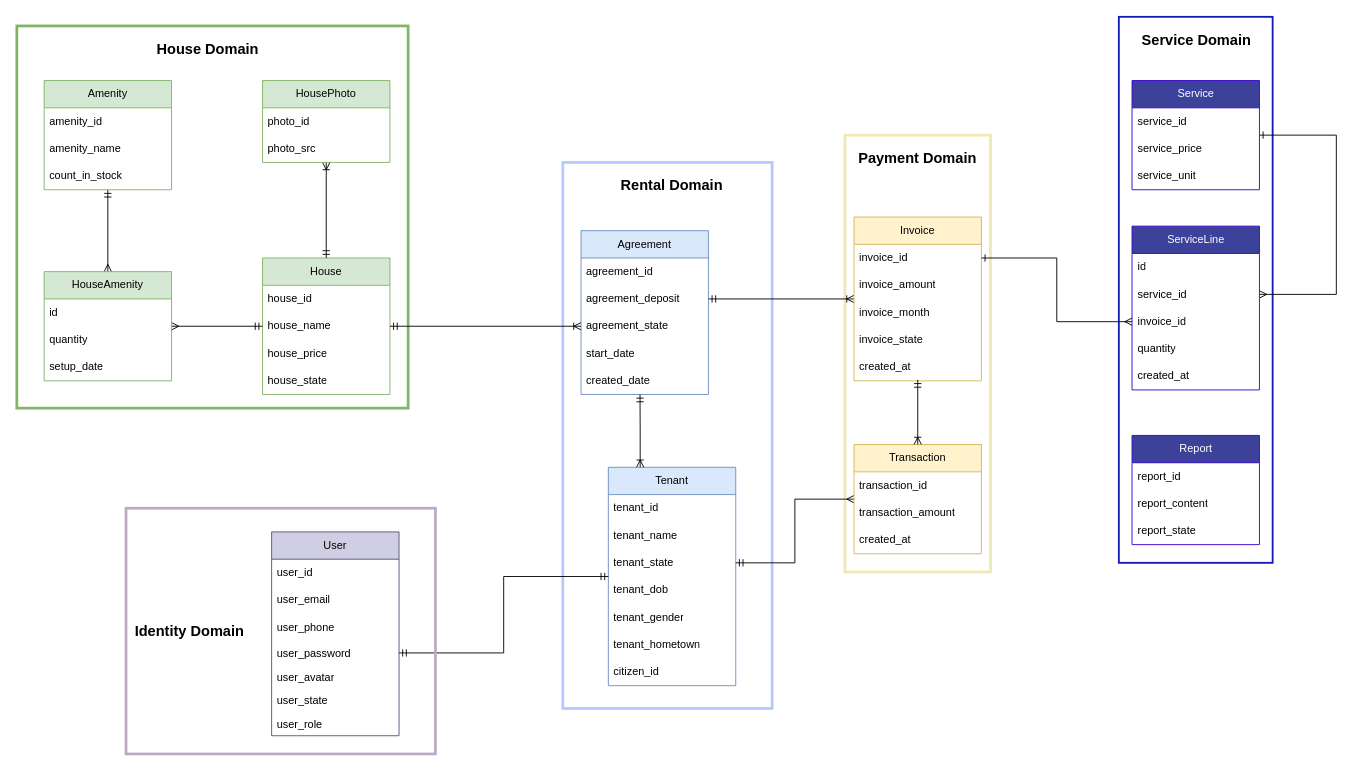
Above: ddd-diagram.drawio in fatthinh/house_rental_management (draw.io), before the change. Source tidied: cells renumbered, new cells numbered last; positions are measured from the earlier drawing's top-left corner, leaving out a move shared by most shapes. Both pictures are drawn from the tidied source at 91%, with x=0, y=0 at pixel (16, 16).
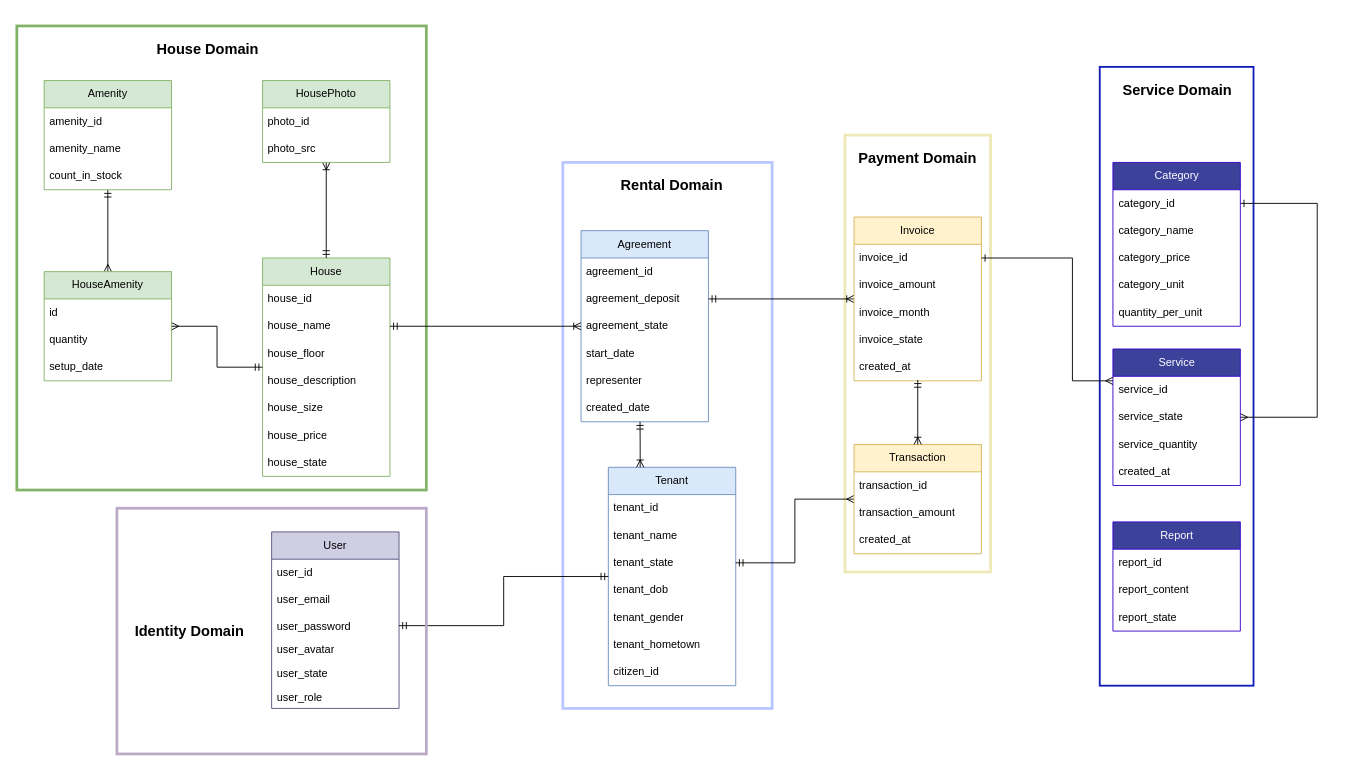
The same page after the edit.

The change refers to these unchanged cells:
```xml
<mxCell id="48" value="invoice_id" style="text;strokeColor=none;fillColor=none;align=left;verticalAlign=middle;spacingLeft=4;spacingRight=4;overflow=hidden;points=[[0,0.5],[1,0.5]];portConstraint=eastwest;whiteSpace=wrap;html=1;" parent="47" vertex="1">
  <mxGeometry y="30" width="140" height="30" as="geometry" />
</mxCell>
```

Change to the diagram source:
```diff
@@
     <mxCell id="3" style="rounded=0;whiteSpace=wrap;html=1;fillColor=none;strokeColor=#82b366;strokeWidth=3;align=center;" parent="1" vertex="1">
-      <mxGeometry y="10" width="430" height="420" as="geometry" />
+      <mxGeometry y="10" width="450" height="510" as="geometry" />
     </mxCell>
@@
     <mxCell id="5" value="User" style="swimlane;fontStyle=0;horizontal=1;startSize=30;whiteSpace=wrap;html=1;fillColor=#d0cee2;strokeColor=#56517e;" parent="1" vertex="1">
-      <mxGeometry x="280" y="566" width="140" height="224" as="geometry" />
+      <mxGeometry x="280" y="566" width="140" height="194" as="geometry" />
     </mxCell>
@@
-    <mxCell id="8" value="user_phone" style="text;strokeColor=none;fillColor=none;align=left;verticalAlign=middle;spacingLeft=4;spacingRight=4;overflow=hidden;whiteSpace=wrap;html=1;" parent="5" vertex="1">
-      <mxGeometry y="90" width="140" height="30" as="geometry" />
-    </mxCell>
     <mxCell id="9" value="user_password" style="text;strokeColor=none;fillColor=none;align=left;verticalAlign=top;spacingLeft=4;spacingRight=4;overflow=hidden;points=[[0,0.5],[1,0.5]];portConstraint=eastwest;whiteSpace=wrap;html=1;" parent="5" vertex="1">
-      <mxGeometry y="120" width="140" height="26" as="geometry" />
+      <mxGeometry y="90" width="140" height="26" as="geometry" />
     </mxCell>
     <mxCell id="10" value="user_avatar" style="text;strokeColor=none;fillColor=none;align=left;verticalAlign=top;spacingLeft=4;spacingRight=4;overflow=hidden;whiteSpace=wrap;html=1;" parent="5" vertex="1">
-      <mxGeometry y="146" width="140" height="26" as="geometry" />
+      <mxGeometry y="116" width="140" height="26" as="geometry" />
     </mxCell>
     <mxCell id="11" value="user_state" style="text;strokeColor=none;fillColor=none;align=left;verticalAlign=top;spacingLeft=4;spacingRight=4;overflow=hidden;whiteSpace=wrap;html=1;" parent="5" vertex="1">
-      <mxGeometry y="172" width="140" height="26" as="geometry" />
+      <mxGeometry y="142" width="140" height="26" as="geometry" />
     </mxCell>
     <mxCell id="12" value="user_role" style="text;strokeColor=none;fillColor=none;align=left;verticalAlign=top;spacingLeft=4;spacingRight=4;overflow=hidden;whiteSpace=wrap;html=1;" parent="5" vertex="1">
-      <mxGeometry y="198" width="140" height="26" as="geometry" />
+      <mxGeometry y="168" width="140" height="26" as="geometry" />
     </mxCell>
@@
     <mxCell id="26" value="House" style="swimlane;fontStyle=0;horizontal=1;startSize=30;whiteSpace=wrap;html=1;fillColor=#d5e8d4;strokeColor=#82b366;" parent="1" vertex="1">
-      <mxGeometry x="270" y="265" width="140" height="150" as="geometry" />
+      <mxGeometry x="270" y="265" width="140" height="240" as="geometry" />
     </mxCell>
@@
+    <mxCell id="85" value="house_floor" style="text;strokeColor=none;fillColor=none;align=left;verticalAlign=middle;spacingLeft=4;spacingRight=4;overflow=hidden;whiteSpace=wrap;html=1;" parent="26" vertex="1">
+      <mxGeometry y="90" width="140" height="30" as="geometry" />
+    </mxCell>
+    <mxCell id="86" value="house_description" style="text;strokeColor=none;fillColor=none;align=left;verticalAlign=middle;spacingLeft=4;spacingRight=4;overflow=hidden;whiteSpace=wrap;html=1;" parent="26" vertex="1">
+      <mxGeometry y="120" width="140" height="30" as="geometry" />
+    </mxCell>
+    <mxCell id="87" value="house_size" style="text;strokeColor=none;fillColor=none;align=left;verticalAlign=middle;spacingLeft=4;spacingRight=4;overflow=hidden;whiteSpace=wrap;html=1;" parent="26" vertex="1">
+      <mxGeometry y="150" width="140" height="30" as="geometry" />
+    </mxCell>
     <mxCell id="29" value="house_price" style="text;strokeColor=none;fillColor=none;align=left;verticalAlign=middle;spacingLeft=4;spacingRight=4;overflow=hidden;whiteSpace=wrap;html=1;" parent="26" vertex="1">
-      <mxGeometry y="90" width="140" height="30" as="geometry" />
+      <mxGeometry y="180" width="140" height="30" as="geometry" />
     </mxCell>
     <mxCell id="30" value="house_state" style="text;strokeColor=none;fillColor=none;align=left;verticalAlign=middle;spacingLeft=4;spacingRight=4;overflow=hidden;whiteSpace=wrap;html=1;" parent="26" vertex="1">
-      <mxGeometry y="120" width="140" height="30" as="geometry" />
+      <mxGeometry y="210" width="140" height="30" as="geometry" />
     </mxCell>
     <mxCell id="31" value="Agreement" style="swimlane;fontStyle=0;horizontal=1;startSize=30;whiteSpace=wrap;html=1;fillColor=#dae8fc;strokeColor=#6c8ebf;" parent="1" vertex="1">
-      <mxGeometry x="620" y="235" width="140" height="180" as="geometry" />
+      <mxGeometry x="620" y="235" width="140" height="210" as="geometry" />
     </mxCell>
@@
+    <mxCell id="88" value="representer" style="text;strokeColor=none;fillColor=none;align=left;verticalAlign=middle;spacingLeft=4;spacingRight=4;overflow=hidden;whiteSpace=wrap;html=1;" parent="31" vertex="1">
+      <mxGeometry y="150" width="140" height="30" as="geometry" />
+    </mxCell>
     <mxCell id="36" value="created_date" style="text;strokeColor=none;fillColor=none;align=left;verticalAlign=middle;spacingLeft=4;spacingRight=4;overflow=hidden;points=[[0,0.5],[1,0.5]];portConstraint=eastwest;whiteSpace=wrap;html=1;" parent="31" vertex="1">
-      <mxGeometry y="150" width="140" height="30" as="geometry" />
+      <mxGeometry y="180" width="140" height="30" as="geometry" />
     </mxCell>
@@
     <mxCell id="64" style="rounded=0;whiteSpace=wrap;html=1;fillColor=none;strokeColor=#bca9c7;strokeWidth=3;" parent="1" vertex="1">
-      <mxGeometry x="120" y="540" width="340" height="270" as="geometry" />
+      <mxGeometry x="110" y="540" width="340" height="270" as="geometry" />
     </mxCell>
@@
     <mxCell id="67" style="rounded=0;whiteSpace=wrap;html=1;fillColor=none;strokeWidth=2;strokeColor=#111CB8;" parent="1" vertex="1">
-      <mxGeometry x="1211" width="169" height="600" as="geometry" />
+      <mxGeometry x="1190" y="55" width="169" height="680" as="geometry" />
     </mxCell>
-    <mxCell id="68" style="edgeStyle=orthogonalEdgeStyle;rounded=0;jettySize=auto;html=1;endArrow=ERmany;endFill=0;startArrow=ERone;startFill=0;" parent="1" edge="1" source="69" target="76">
+    <mxCell id="68" style="edgeStyle=orthogonalEdgeStyle;rounded=0;jettySize=auto;html=1;endArrow=ERmany;endFill=0;startArrow=ERone;startFill=0;exitX=1;exitY=0.5;exitDx=0;exitDy=0;" parent="1" edge="1" source="70">
       <mxGeometry relative="1" as="geometry">
+        <mxPoint x="1344.5" y="440" as="targetPoint" />
         <Array as="points">
-          <mxPoint x="1450" y="130" />
-          <mxPoint x="1450" y="305" />
+          <mxPoint x="1429" y="205" />
+          <mxPoint x="1429" y="440" />
         </Array>
       </mxGeometry>
     </mxCell>
-    <mxCell id="69" value="Service" style="swimlane;fontStyle=0;horizontal=1;startSize=30;whiteSpace=wrap;html=1;fillColor=#3c429a;fontColor=#ffffff;strokeColor=#3700CC;fillStyle=auto;" parent="1" vertex="1">
-      <mxGeometry x="1225.5" y="70" width="140" height="120" as="geometry" />
+    <mxCell id="69" value="Category" style="swimlane;fontStyle=0;horizontal=1;startSize=30;whiteSpace=wrap;html=1;fillColor=#3c429a;fontColor=#ffffff;strokeColor=#3700CC;fillStyle=auto;" parent="1" vertex="1">
+      <mxGeometry x="1204.5" y="160" width="140" height="180" as="geometry" />
     </mxCell>
-    <mxCell id="70" value="service_id" style="text;strokeColor=none;fillColor=none;align=left;verticalAlign=middle;spacingLeft=4;spacingRight=4;overflow=hidden;points=[[0,0.5],[1,0.5]];portConstraint=eastwest;whiteSpace=wrap;html=1;" parent="69" vertex="1">
+    <mxCell id="70" value="category_id" style="text;strokeColor=none;fillColor=none;align=left;verticalAlign=middle;spacingLeft=4;spacingRight=4;overflow=hidden;points=[[0,0.5],[1,0.5]];portConstraint=eastwest;whiteSpace=wrap;html=1;" parent="69" vertex="1">
       <mxGeometry y="30" width="140" height="30" as="geometry" />
     </mxCell>
+    <mxCell id="89" value="category_name" style="text;strokeColor=none;fillColor=none;align=left;verticalAlign=middle;spacingLeft=4;spacingRight=4;overflow=hidden;whiteSpace=wrap;html=1;" parent="69" vertex="1">
+      <mxGeometry y="60" width="140" height="30" as="geometry" />
+    </mxCell>
-    <mxCell id="71" value="service_price" style="text;strokeColor=none;fillColor=none;align=left;verticalAlign=middle;spacingLeft=4;spacingRight=4;overflow=hidden;whiteSpace=wrap;html=1;" parent="69" vertex="1">
-      <mxGeometry y="60" width="140" height="30" as="geometry" />
+    <mxCell id="71" value="category_price" style="text;strokeColor=none;fillColor=none;align=left;verticalAlign=middle;spacingLeft=4;spacingRight=4;overflow=hidden;whiteSpace=wrap;html=1;" parent="69" vertex="1">
+      <mxGeometry y="90" width="140" height="30" as="geometry" />
     </mxCell>
-    <mxCell id="72" value="service_unit" style="text;strokeColor=none;fillColor=none;align=left;verticalAlign=middle;spacingLeft=4;spacingRight=4;overflow=hidden;whiteSpace=wrap;html=1;" parent="69" vertex="1">
-      <mxGeometry y="90" width="140" height="30" as="geometry" />
+    <mxCell id="72" value="category_unit" style="text;strokeColor=none;fillColor=none;align=left;verticalAlign=middle;spacingLeft=4;spacingRight=4;overflow=hidden;whiteSpace=wrap;html=1;" parent="69" vertex="1">
+      <mxGeometry y="120" width="140" height="30" as="geometry" />
     </mxCell>
+    <mxCell id="90" value="quantity_per_unit" style="text;strokeColor=none;fillColor=none;align=left;verticalAlign=middle;spacingLeft=4;spacingRight=4;overflow=hidden;whiteSpace=wrap;html=1;" parent="69" vertex="1">
+      <mxGeometry y="150" width="140" height="30" as="geometry" />
+    </mxCell>
     <mxCell id="73" value="Service Domain" style="text;html=1;align=center;verticalAlign=middle;strokeColor=none;fillColor=none;fontSize=16;fontStyle=1;" parent="1" vertex="1">
-      <mxGeometry x="1225.5" y="10" width="140" height="30" as="geometry" />
+      <mxGeometry x="1204.5" y="65" width="140" height="30" as="geometry" />
     </mxCell>
-    <mxCell id="74" value="ServiceLine" style="swimlane;fontStyle=0;horizontal=1;startSize=30;whiteSpace=wrap;html=1;fillColor=#3c429a;fontColor=#ffffff;strokeColor=#3700CC;fillStyle=auto;" parent="1" vertex="1">
-      <mxGeometry x="1225.5" y="230" width="140" height="180" as="geometry" />
+    <mxCell id="74" value="Service" style="swimlane;fontStyle=0;horizontal=1;startSize=30;whiteSpace=wrap;html=1;fillColor=#3c429a;fontColor=#ffffff;strokeColor=#3700CC;fillStyle=auto;" parent="1" vertex="1">
+      <mxGeometry x="1204.5" y="365" width="140" height="150" as="geometry" />
     </mxCell>
-    <mxCell id="75" value="id" style="text;strokeColor=none;fillColor=none;align=left;verticalAlign=middle;spacingLeft=4;spacingRight=4;overflow=hidden;points=[[0,0.5],[1,0.5]];portConstraint=eastwest;whiteSpace=wrap;html=1;" parent="74" vertex="1">
+    <mxCell id="75" value="service_id" style="text;strokeColor=none;fillColor=none;align=left;verticalAlign=middle;spacingLeft=4;spacingRight=4;overflow=hidden;points=[[0,0.5],[1,0.5]];portConstraint=eastwest;whiteSpace=wrap;html=1;" parent="74" vertex="1">
       <mxGeometry y="30" width="140" height="30" as="geometry" />
     </mxCell>
-    <mxCell id="76" value="service_id" style="text;strokeColor=none;fillColor=none;align=left;verticalAlign=middle;spacingLeft=4;spacingRight=4;overflow=hidden;points=[[0,0.5],[1,0.5]];portConstraint=eastwest;whiteSpace=wrap;html=1;" parent="74" vertex="1">
-      <mxGeometry y="60" width="140" height="30" as="geometry" />
-    </mxCell>
-    <mxCell id="77" value="invoice_id" style="text;strokeColor=none;fillColor=none;align=left;verticalAlign=middle;spacingLeft=4;spacingRight=4;overflow=hidden;points=[[0,0.5],[1,0.5]];portConstraint=eastwest;whiteSpace=wrap;html=1;" parent="74" vertex="1">
-      <mxGeometry y="90" width="140" height="30" as="geometry" />
-    </mxCell>
+    <mxCell id="91" value="service_state" style="text;strokeColor=none;fillColor=none;align=left;verticalAlign=middle;spacingLeft=4;spacingRight=4;overflow=hidden;whiteSpace=wrap;html=1;" parent="74" vertex="1">
+      <mxGeometry y="60" width="140" height="30" as="geometry" />
+    </mxCell>
-    <mxCell id="78" value="quantity" style="text;strokeColor=none;fillColor=none;align=left;verticalAlign=middle;spacingLeft=4;spacingRight=4;overflow=hidden;whiteSpace=wrap;html=1;" parent="74" vertex="1">
-      <mxGeometry y="120" width="140" height="30" as="geometry" />
+    <mxCell id="78" value="service_quantity" style="text;strokeColor=none;fillColor=none;align=left;verticalAlign=middle;spacingLeft=4;spacingRight=4;overflow=hidden;whiteSpace=wrap;html=1;" parent="74" vertex="1">
+      <mxGeometry y="90" width="140" height="30" as="geometry" />
     </mxCell>
     <mxCell id="79" value="created_at" style="text;strokeColor=none;fillColor=none;align=left;verticalAlign=middle;spacingLeft=4;spacingRight=4;overflow=hidden;whiteSpace=wrap;html=1;" parent="74" vertex="1">
-      <mxGeometry y="150" width="140" height="30" as="geometry" />
+      <mxGeometry y="120" width="140" height="30" as="geometry" />
     </mxCell>
     <mxCell id="80" value="Report" style="swimlane;fontStyle=0;horizontal=1;startSize=30;whiteSpace=wrap;html=1;fillColor=#3c429a;fontColor=#ffffff;strokeColor=#3700CC;fillStyle=auto;" parent="1" vertex="1">
-      <mxGeometry x="1225.5" y="460" width="140" height="120" as="geometry" />
+      <mxGeometry x="1204.5" y="555" width="140" height="120" as="geometry" />
     </mxCell>
@@
-    <mxCell id="84" style="edgeStyle=orthogonalEdgeStyle;rounded=0;jettySize=auto;html=1;endArrow=ERmany;endFill=0;startArrow=ERone;startFill=0;" parent="1" edge="1" source="48" target="77">
-      <mxGeometry relative="1" as="geometry" />
+    <mxCell id="84" style="edgeStyle=orthogonalEdgeStyle;rounded=0;jettySize=auto;html=1;endArrow=ERmany;endFill=0;startArrow=ERone;startFill=0;" parent="1" edge="1" source="48" target="75">
+      <mxGeometry relative="1" as="geometry">
+        <Array as="points">
+          <mxPoint x="1160" y="265" />
+          <mxPoint x="1160" y="400" />
+        </Array>
+      </mxGeometry>
     </mxCell>
```
